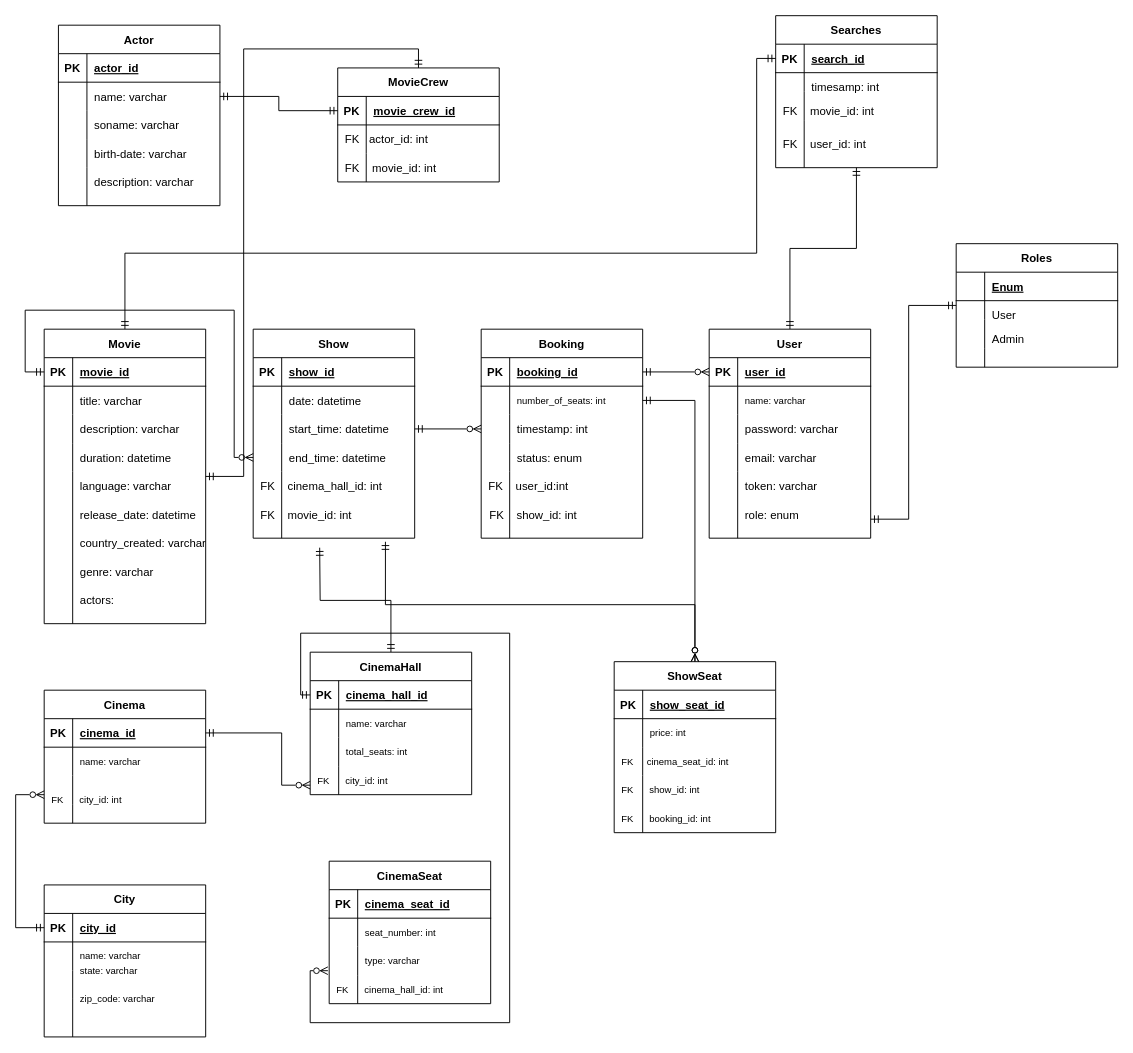
The draw.io diagram db_schema.drawio in sanscrid6/db-labs, before the edit. Source tidied: cells renumbered, new cells numbered last; positions are measured from the earlier drawing's top-left corner, leaving out a move shared by most shapes. Both pictures are drawn from the tidied source at 95%, with x=0, y=0 at pixel (15, 15).
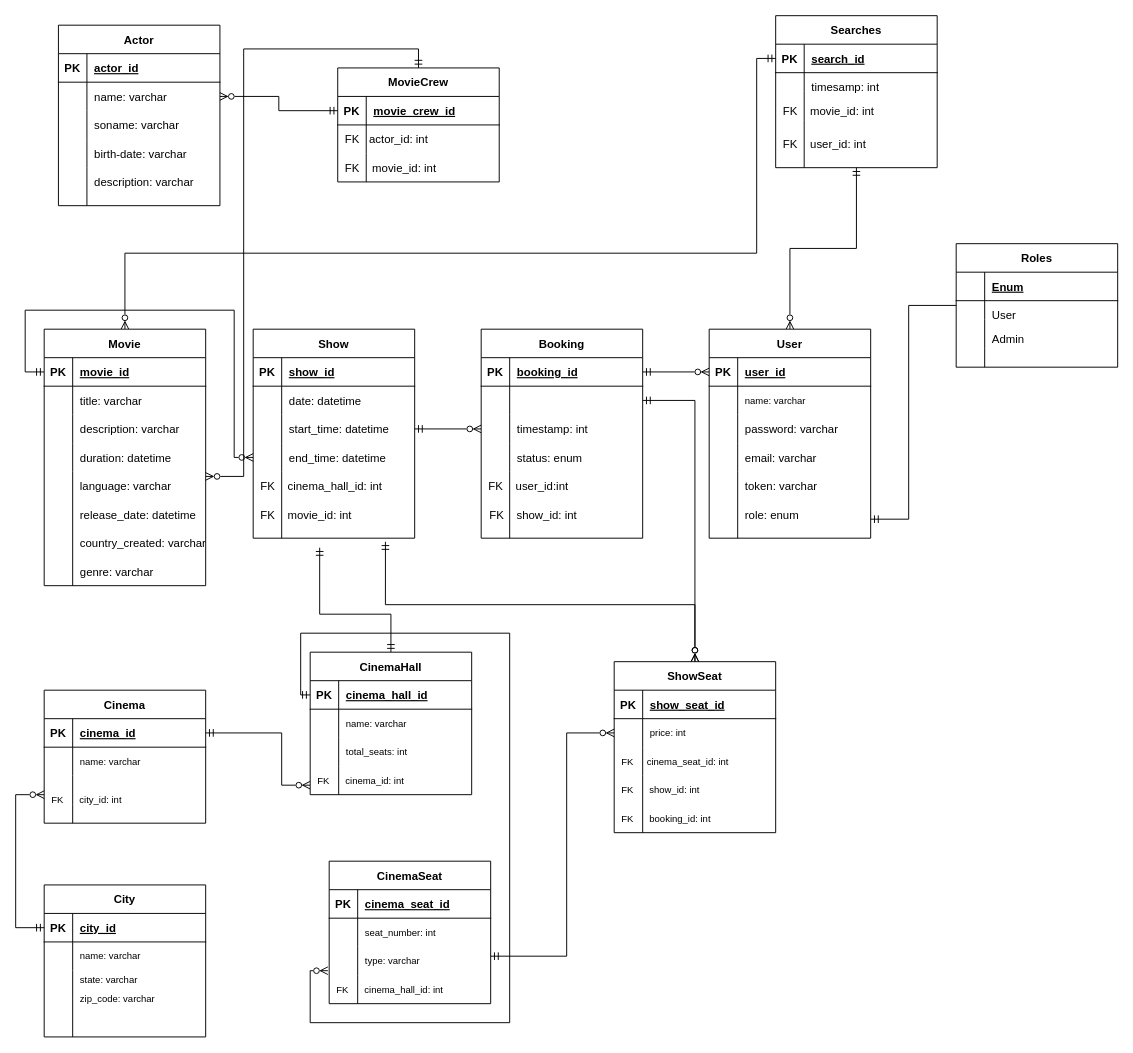
The same diagram, later.

The change refers to these unchanged cells:
```xml
<mxCell id="49" style="shape=tableRow;horizontal=0;startSize=0;swimlaneHead=0;swimlaneBody=0;fillColor=none;points=[[0,0.5],[1,0.5]];portConstraint=eastwest;top=0;left=0;right=0;bottom=0;" parent="45" vertex="1">
  <mxGeometry y="60" width="170" height="30" as="geometry" />
</mxCell>
<mxCell id="65" value="User" style="shape=table;startSize=30;childLayout=tableLayout;rowLines=0;fontStyle=1;align=center;swimlaneLine=1;" parent="1" vertex="1">
  <mxGeometry x="730" y="330" width="170" height="220" as="geometry" />
</mxCell>
<mxCell id="113" value="CinemaHall" style="shape=table;startSize=30;childLayout=tableLayout;rowLines=0;fontStyle=1;align=center;swimlaneLine=1;" parent="1" vertex="1">
  <mxGeometry x="310" y="670" width="170" height="150" as="geometry" />
</mxCell>
<mxCell id="148" style="shape=tableRow;horizontal=0;startSize=0;swimlaneHead=0;swimlaneBody=0;fillColor=none;points=[[0,0.5],[1,0.5]];portConstraint=eastwest;top=0;left=0;right=0;bottom=0;" parent="144" vertex="1">
  <mxGeometry y="60" width="170" height="30" as="geometry" />
</mxCell>
<mxCell id="164" style="shape=tableRow;horizontal=0;startSize=0;swimlaneHead=0;swimlaneBody=0;fillColor=none;points=[[0,0.5],[1,0.5]];portConstraint=eastwest;top=0;left=0;right=0;bottom=0;" parent="160" vertex="1">
  <mxGeometry y="60" width="170" height="30" as="geometry" />
</mxCell>
<mxCell id="178" value="Searches" style="shape=table;startSize=30;childLayout=tableLayout;rowLines=0;fontStyle=1;align=center;swimlaneLine=1;" parent="1" vertex="1">
  <mxGeometry x="800" width="170" height="160" as="geometry" />
</mxCell>
<mxCell id="179" style="shape=tableRow;horizontal=0;startSize=0;swimlaneHead=0;swimlaneBody=0;fillColor=none;points=[[0,0.5],[1,0.5]];portConstraint=eastwest;top=0;left=0;right=0;bottom=1;" parent="178" vertex="1">
  <mxGeometry y="30" width="170" height="30" as="geometry" />
</mxCell>
<mxCell id="194" value="MovieСrew" style="shape=table;startSize=30;childLayout=tableLayout;rowLines=0;fontStyle=1;align=center;swimlaneLine=1;" parent="1" vertex="1">
  <mxGeometry x="339" y="55" width="170" height="120" as="geometry" />
</mxCell>
<mxCell id="195" style="shape=tableRow;horizontal=0;startSize=0;swimlaneHead=0;swimlaneBody=0;fillColor=none;points=[[0,0.5],[1,0.5]];portConstraint=eastwest;top=0;left=0;right=0;bottom=1;" parent="194" vertex="1">
  <mxGeometry y="30" width="170" height="30" as="geometry" />
</mxCell>
<mxCell id="216" value="Roles" style="shape=table;startSize=30;childLayout=tableLayout;rowLines=0;fontStyle=1;align=center;swimlaneLine=1;" parent="1" vertex="1">
  <mxGeometry x="990" y="240" width="170" height="130" as="geometry" />
</mxCell>
```

The edit, as a diff of the source:
```diff
@@
-    <mxCell id="2" style="edgeStyle=orthogonalEdgeStyle;rounded=0;jettySize=auto;html=1;entryX=0.5;entryY=0;entryDx=0;entryDy=0;fontSize=10;startArrow=ERmandOne;startFill=0;endArrow=ERmandOne;endFill=0;elbow=vertical;" parent="1" edge="1" source="4" target="194">
+    <mxCell id="2" style="edgeStyle=orthogonalEdgeStyle;rounded=0;jettySize=auto;html=1;entryX=0.5;entryY=0;entryDx=0;entryDy=0;fontSize=10;startArrow=ERzeroToMany;startFill=0;endArrow=ERmandOne;endFill=0;elbow=vertical;" parent="1" edge="1" source="4" target="194">
       <mxGeometry relative="1" as="geometry">
         <Array as="points">
           <mxPoint x="240" y="485" />
           <mxPoint x="240" y="35" />
           <mxPoint x="424" y="35" />
         </Array>
       </mxGeometry>
     </mxCell>
-    <mxCell id="3" style="edgeStyle=orthogonalEdgeStyle;rounded=0;jettySize=auto;html=1;entryX=0;entryY=0.5;entryDx=0;entryDy=0;fontSize=10;startArrow=ERmandOne;startFill=0;endArrow=ERmandOne;endFill=0;elbow=vertical;" parent="1" edge="1" source="4" target="179">
+    <mxCell id="3" style="edgeStyle=orthogonalEdgeStyle;rounded=0;jettySize=auto;html=1;entryX=0;entryY=0.5;entryDx=0;entryDy=0;fontSize=10;startArrow=ERzeroToMany;startFill=0;endArrow=ERmandOne;endFill=0;elbow=vertical;" parent="1" edge="1" source="4" target="179">
       <mxGeometry relative="1" as="geometry">
         <Array as="points">
           <mxPoint x="115" y="250" />
           <mxPoint x="780" y="250" />
           <mxPoint x="780" y="45" />
         </Array>
       </mxGeometry>
     </mxCell>
     <mxCell id="4" value="Movie" style="shape=table;startSize=30;childLayout=tableLayout;rowLines=0;fontStyle=1;align=center;swimlaneLine=1;" parent="1" vertex="1">
-      <mxGeometry x="30" y="330" width="170" height="310" as="geometry" />
+      <mxGeometry x="30" y="330" width="170" height="270" as="geometry" />
     </mxCell>
@@
     <mxCell id="17" style="shape=tableRow;horizontal=0;startSize=0;swimlaneHead=0;swimlaneBody=0;fillColor=none;top=0;left=0;right=0;bottom=0;" parent="4" vertex="1">
-      <mxGeometry y="150" width="170" height="160" as="geometry" />
+      <mxGeometry y="150" width="170" height="120" as="geometry" />
     </mxCell>
     <mxCell id="18" style="shape=partialRectangle;fillColor=none;top=0;left=0;bottom=0;right=0;overflow=hidden;" parent="17" vertex="1">
-      <mxGeometry width="30" height="160" as="geometry" />
+      <mxGeometry width="30" height="120" as="geometry" />
     </mxCell>
     <mxCell id="19" style="shape=partialRectangle;fillColor=none;top=0;left=0;bottom=0;right=0;align=left;spacingLeft=6;overflow=hidden;" parent="17" vertex="1">
-      <mxGeometry x="30" width="140" height="160" as="geometry" />
+      <mxGeometry x="30" width="140" height="120" as="geometry" />
     </mxCell>
@@
-    <mxCell id="25" value="actors: " style="shape=partialRectangle;fillColor=none;top=0;left=0;bottom=0;right=0;align=left;spacingLeft=6;overflow=hidden;" parent="1" vertex="1">
+    <mxCell id="25" style="shape=partialRectangle;fillColor=none;top=0;left=0;bottom=0;right=0;align=left;spacingLeft=6;overflow=hidden;" parent="1" vertex="1">
       <mxGeometry x="60" y="600" width="140" height="30" as="geometry" />
     </mxCell>
@@
-    <mxCell id="51" value="number_of_seats: int" style="shape=partialRectangle;fillColor=none;top=0;left=0;bottom=0;right=0;align=left;spacingLeft=6;overflow=hidden;fontSize=10;" parent="49" vertex="1">
+    <mxCell id="51" style="shape=partialRectangle;fillColor=none;top=0;left=0;bottom=0;right=0;align=left;spacingLeft=6;overflow=hidden;fontSize=10;" parent="49" vertex="1">
       <mxGeometry x="30" width="140" height="30" as="geometry" />
     </mxCell>
@@
-    <mxCell id="64" style="edgeStyle=orthogonalEdgeStyle;rounded=0;jettySize=auto;html=1;entryX=0.5;entryY=1;entryDx=0;entryDy=0;fontSize=10;startArrow=ERmandOne;startFill=0;endArrow=ERmandOne;endFill=0;elbow=vertical;" parent="1" edge="1" source="65" target="178">
+    <mxCell id="64" style="edgeStyle=orthogonalEdgeStyle;rounded=0;jettySize=auto;html=1;entryX=0.5;entryY=1;entryDx=0;entryDy=0;fontSize=10;startArrow=ERzeroToMany;startFill=0;endArrow=ERmandOne;endFill=0;elbow=vertical;" parent="1" edge="1" source="65" target="178">
       <mxGeometry relative="1" as="geometry" />
     </mxCell>
@@
     <mxCell id="110" value="state: varchar" style="shape=partialRectangle;fillColor=none;top=0;left=0;bottom=0;right=0;align=left;spacingLeft=6;overflow=hidden;fontSize=10;" parent="1" vertex="1">
-      <mxGeometry x="60" y="990" width="140" height="30" as="geometry" />
+      <mxGeometry x="60" y="1000" width="140" height="30" as="geometry" />
     </mxCell>
@@
     <mxCell id="112" style="edgeStyle=orthogonalEdgeStyle;rounded=0;jettySize=auto;html=1;fontSize=10;startArrow=ERmandOne;startFill=0;endArrow=ERmandOne;endFill=0;elbow=vertical;" parent="1" edge="1" source="113">
       <mxGeometry relative="1" as="geometry">
         <mxPoint x="320" y="560" as="targetPoint" />
+        <Array as="points">
+          <mxPoint x="395" y="630" />
+          <mxPoint x="320" y="630" />
+        </Array>
       </mxGeometry>
     </mxCell>
@@
-    <mxCell id="126" value="FK      city_id: int  " style="shape=partialRectangle;fillColor=none;top=0;left=0;bottom=0;right=0;align=left;spacingLeft=6;overflow=hidden;fontSize=10;" parent="1" vertex="1">
+    <mxCell id="126" value="FK      cinema_id: int  " style="shape=partialRectangle;fillColor=none;top=0;left=0;bottom=0;right=0;align=left;spacingLeft=6;overflow=hidden;fontSize=10;" parent="1" vertex="1">
       <mxGeometry x="310" y="790" width="170" height="30" as="geometry" />
     </mxCell>
@@
-    <mxCell id="213" style="edgeStyle=orthogonalEdgeStyle;rounded=0;jettySize=auto;html=1;entryX=0;entryY=0.5;entryDx=0;entryDy=0;fontSize=10;startArrow=ERmandOne;startFill=0;endArrow=ERmandOne;endFill=0;elbow=vertical;" parent="1" edge="1" source="164" target="195">
+    <mxCell id="213" style="edgeStyle=orthogonalEdgeStyle;rounded=0;jettySize=auto;html=1;entryX=0;entryY=0.5;entryDx=0;entryDy=0;fontSize=10;startArrow=ERzeroToMany;startFill=0;endArrow=ERmandOne;endFill=0;elbow=vertical;" parent="1" edge="1" source="164" target="195">
       <mxGeometry relative="1" as="geometry" />
     </mxCell>
@@
-    <mxCell id="215" style="edgeStyle=orthogonalEdgeStyle;rounded=0;jettySize=auto;html=1;fontSize=10;startArrow=ERmandOne;startFill=0;endArrow=ERmandOne;endFill=0;elbow=vertical;" parent="1" edge="1" source="216">
+    <mxCell id="215" style="edgeStyle=orthogonalEdgeStyle;rounded=0;jettySize=auto;html=1;fontSize=10;startArrow=none;startFill=0;endArrow=ERmandOne;endFill=0;elbow=vertical;" parent="1" edge="1" source="216">
       <mxGeometry relative="1" as="geometry">
         <mxPoint x="900" y="530" as="targetPoint" />
         <Array as="points">
           <mxPoint x="940" y="305" />
           <mxPoint x="940" y="530" />
         </Array>
       </mxGeometry>
     </mxCell>
@@
+    <mxCell id="232" style="edgeStyle=orthogonalEdgeStyle;rounded=0;jettySize=auto;html=1;fontSize=11;startArrow=ERzeroToMany;startFill=0;endArrow=ERmandOne;endFill=0;" parent="1" edge="1" source="148">
+      <mxGeometry relative="1" as="geometry">
+        <mxPoint x="500" y="990" as="targetPoint" />
+        <Array as="points">
+          <mxPoint x="580" y="755" />
+          <mxPoint x="580" y="990" />
+        </Array>
+      </mxGeometry>
+    </mxCell>
```
